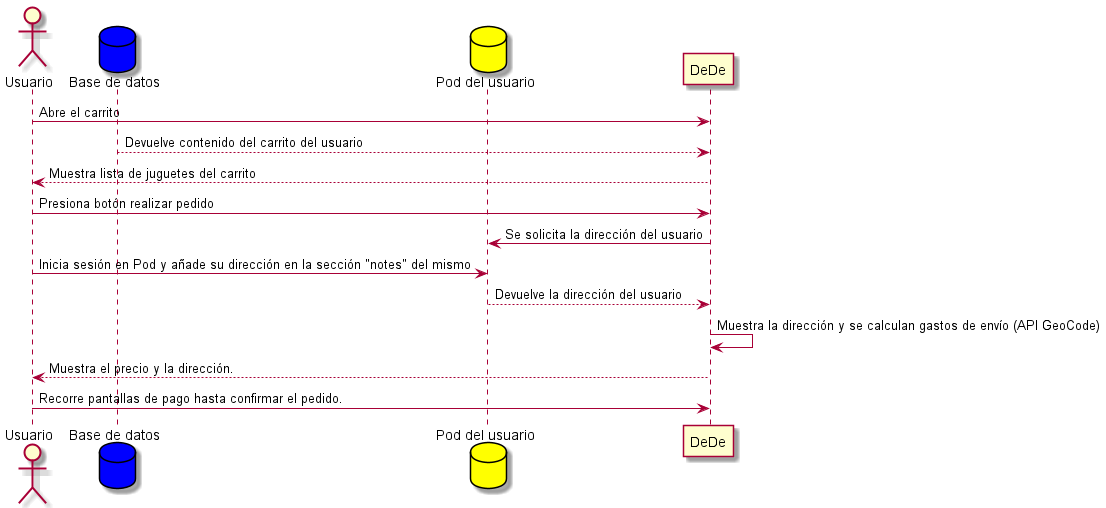
Before: images/ComprarProducto.png, a diagram exported from PlantUML (Arquisoft/dede_es2a).
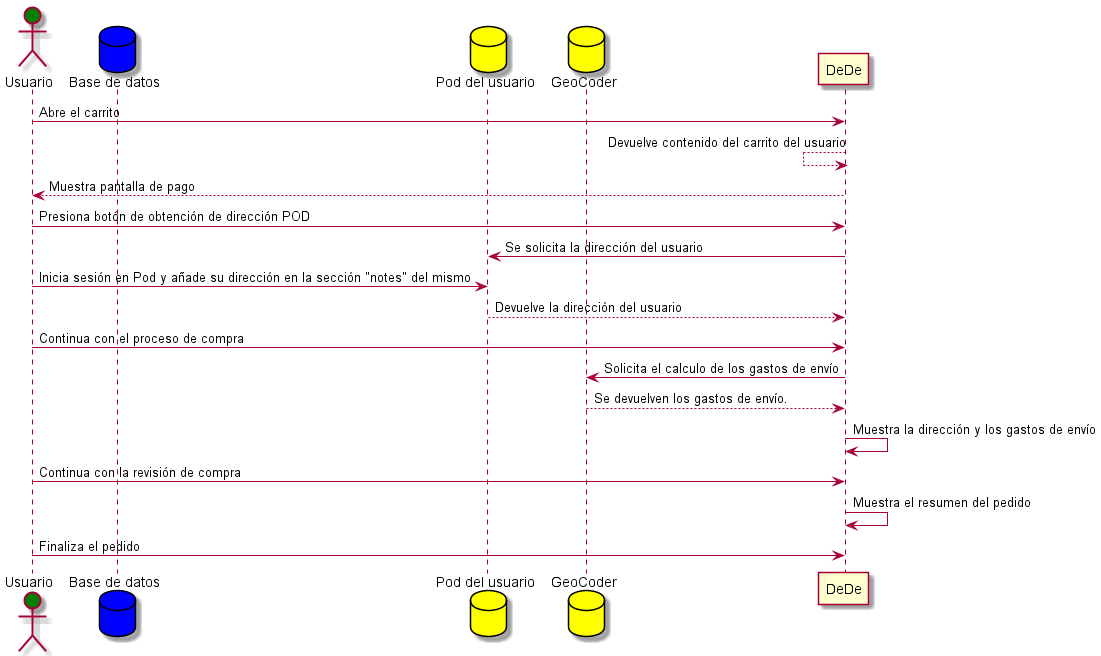
Later version of the same file.

Diff of the diagram source:
```diff
@@ -1,15 +1,20 @@
 @startuml
-actor Usuario
+actor Usuario #green
 database BaseDeDatos as "Base de datos" #blue
 database Pod as "Pod del usuario" #yellow
+database GeoCoder as "GeoCoder" #yellow
 Usuario -> DeDe: Abre el carrito
-DeDe <-- BaseDeDatos: Devuelve contenido del carrito del usuario
-Usuario <-- DeDe: Muestra lista de juguetes del carrito
-Usuario -> DeDe: Presiona botón realizar pedido
+DeDe <-- DeDe: Devuelve contenido del carrito del usuario
+Usuario <-- DeDe: Muestra pantalla de pago
+Usuario -> DeDe: Presiona botón de obtención de dirección POD
 DeDe -> Pod: Se solicita la dirección del usuario
 Usuario -> Pod: Inicia sesión en Pod y añade su dirección en la sección "notes" del mismo
 DeDe <-- Pod: Devuelve la dirección del usuario
-DeDe -> DeDe: Muestra la dirección y se calculan gastos de envío (API GeoCode)
-Usuario <-- DeDe: Muestra el precio y la dirección.
-Usuario -> DeDe: Recorre pantallas de pago hasta confirmar el pedido.
+Usuario -> DeDe: Continua con el proceso de compra
+DeDe -> GeoCoder: Solicita el calculo de los gastos de envío
+DeDe <-- GeoCoder: Se devuelven los gastos de envío.
+DeDe -> DeDe: Muestra la dirección y los gastos de envío
+Usuario -> DeDe: Continua con la revisión de compra
+DeDe -> DeDe: Muestra el resumen del pedido
+Usuario -> DeDe: Finaliza el pedido
 @enduml
```
